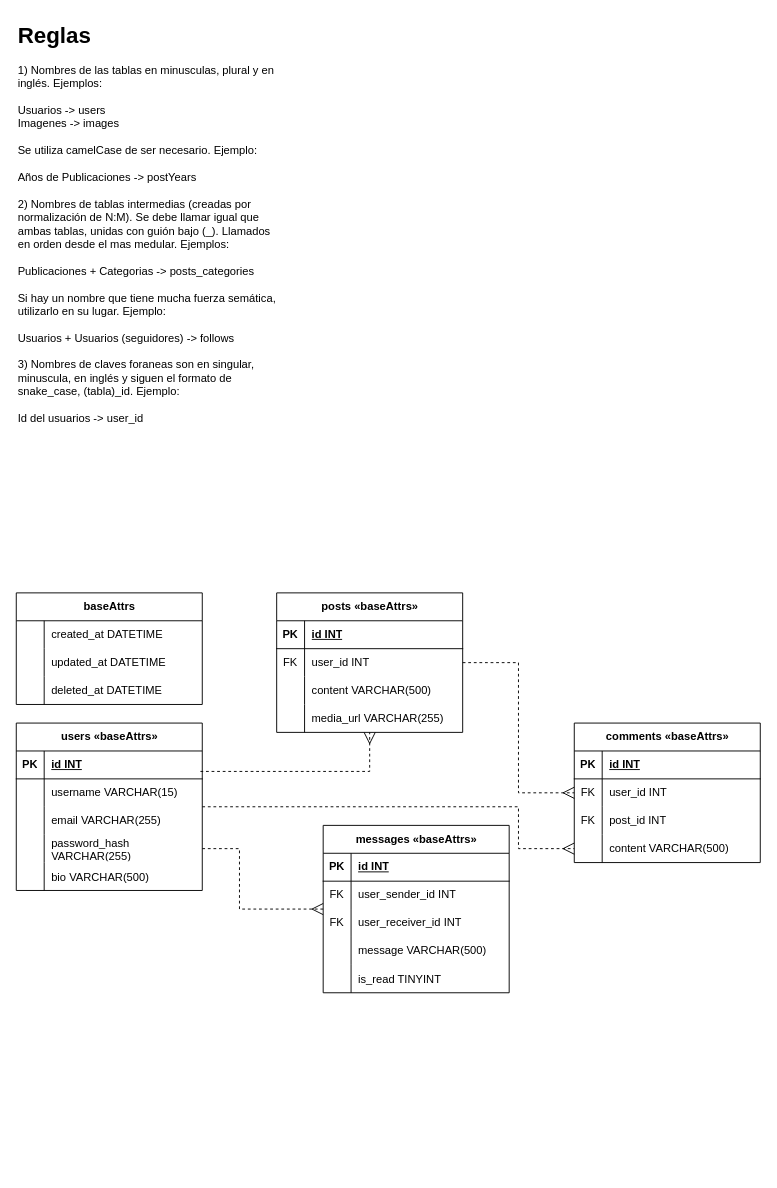
This is diagram/db_design.drawio from VictorMfr/UDO-Social-API, a draw.io file, before an edit. Source tidied: cells renumbered, new cells numbered last; positions are measured from the earlier drawing's top-left corner, leaving out a move shared by most shapes. Both pictures are drawn from the tidied source at 93%, with x=0, y=0 at pixel (16, 16).
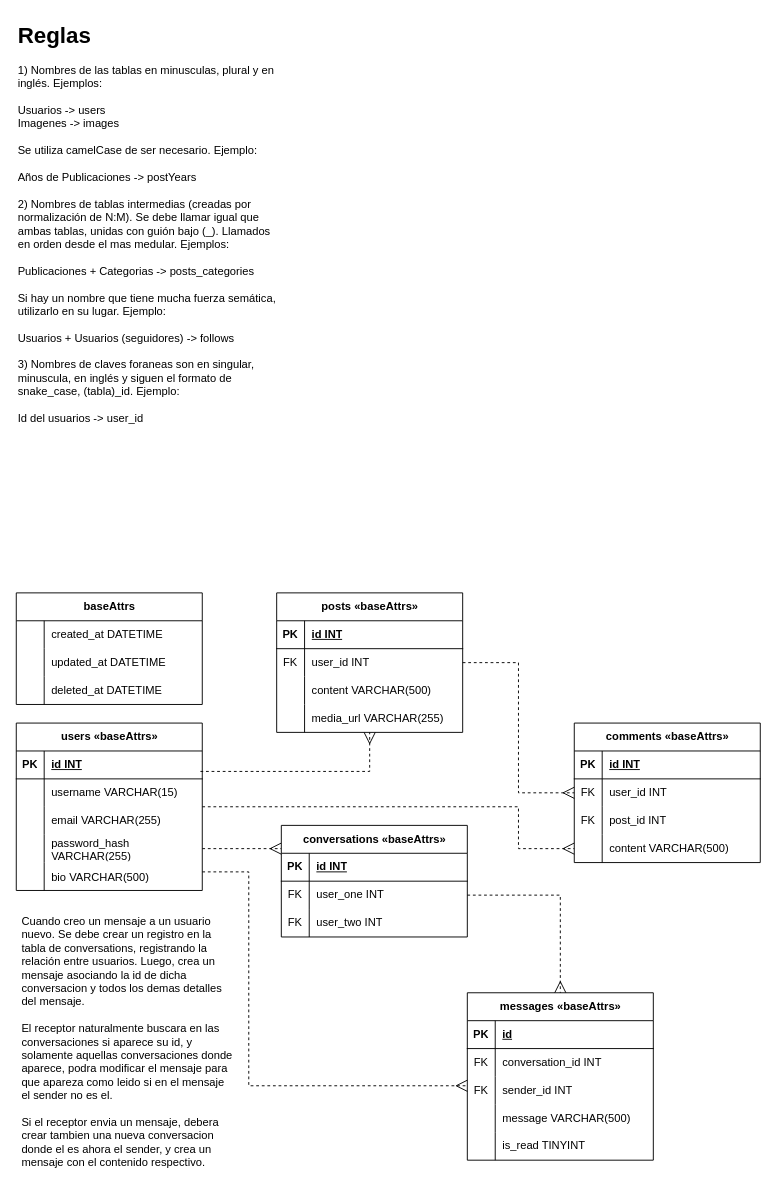
Above is the later version.

The change refers to these unchanged cells:
```xml
<mxCell id="5" value="users «baseAttrs»" style="shape=table;startSize=30;childLayout=tableLayout;rowLines=0;fontStyle=1;align=center;html=1;" parent="1" vertex="1">
  <mxGeometry y="760" width="200" height="180" as="geometry" />
</mxCell>
<mxCell id="15" style="shape=tableRow;horizontal=0;startSize=0;swimlaneHead=0;swimlaneBody=0;fillColor=none;points=[[0,0.5],[1,0.5]];portConstraint=eastwest;top=0;left=0;right=0;bottom=0;" parent="5" vertex="1">
  <mxGeometry y="120" width="200" height="30" as="geometry" />
</mxCell>
```

The edit, as a diff of the source:
```diff
@@
-    <mxCell id="3" style="edgeStyle=orthogonalEdgeStyle;rounded=0;jettySize=auto;html=1;endArrow=ERmany;endFill=0;endSize=10;dashed=1;jumpStyle=arc;exitX=1;exitY=0.5;exitDx=0;exitDy=0;" parent="1" edge="1" source="15" target="46">
+    <mxCell id="3" style="edgeStyle=orthogonalEdgeStyle;rounded=0;jettySize=auto;html=1;endArrow=ERmany;endFill=0;endSize=10;dashed=1;jumpStyle=arc;exitX=1;exitY=0.5;exitDx=0;exitDy=0;" parent="1" edge="1" source="15" target="76">
       <mxGeometry relative="1" as="geometry">
         <Array as="points">
-          <mxPoint x="240" y="895" />
-          <mxPoint x="240" y="960" />
+          <mxPoint x="350" y="895" />
         </Array>
       </mxGeometry>
     </mxCell>
@@
+    <mxCell id="75" style="edgeStyle=orthogonalEdgeStyle;rounded=0;jettySize=auto;html=1;endArrow=ERmany;endFill=0;dashed=1;strokeWidth=1;endSize=10;" parent="1" edge="1" source="5" target="46">
+      <mxGeometry relative="1" as="geometry">
+        <Array as="points">
+          <mxPoint x="250" y="920" />
+          <mxPoint x="250" y="1150" />
+        </Array>
+      </mxGeometry>
+    </mxCell>
@@
-    <mxCell id="46" value="messages «baseAttrs»" style="shape=table;startSize=30;childLayout=tableLayout;rowLines=0;fontStyle=1;align=center;html=1;" parent="1" vertex="1">
-      <mxGeometry x="330" y="870" width="200" height="180" as="geometry" />
-    </mxCell>
-    <mxCell id="47" style="shape=tableRow;horizontal=0;startSize=0;swimlaneHead=0;swimlaneBody=0;fillColor=none;top=0;left=0;right=0;bottom=1;" parent="46" vertex="1">
-      <mxGeometry y="30" width="200" height="30" as="geometry" />
-    </mxCell>
-    <mxCell id="48" value="PK" style="shape=partialRectangle;fillColor=none;top=0;left=0;bottom=0;right=0;fontStyle=1;overflow=hidden;whiteSpace=wrap;html=1;" parent="47" vertex="1">
-      <mxGeometry width="30" height="30" as="geometry" />
-    </mxCell>
-    <mxCell id="49" value="id INT" style="shape=partialRectangle;fillColor=none;top=0;left=0;bottom=0;right=0;align=left;spacingLeft=6;fontStyle=5;overflow=hidden;whiteSpace=wrap;html=1;" parent="47" vertex="1">
-      <mxGeometry x="30" width="170" height="30" as="geometry" />
-    </mxCell>
-    <mxCell id="50" style="shape=tableRow;horizontal=0;startSize=0;swimlaneHead=0;swimlaneBody=0;fillColor=none;top=0;left=0;right=0;bottom=0;" parent="46" vertex="1">
-      <mxGeometry y="60" width="200" height="30" as="geometry" />
-    </mxCell>
-    <mxCell id="51" value="FK" style="shape=partialRectangle;fillColor=none;top=0;left=0;bottom=0;right=0;fontStyle=0;overflow=hidden;whiteSpace=wrap;html=1;" parent="50" vertex="1">
-      <mxGeometry width="30" height="30" as="geometry" />
-    </mxCell>
-    <mxCell id="52" value="user_sender_id INT" style="shape=partialRectangle;fillColor=none;top=0;left=0;bottom=0;right=0;align=left;spacingLeft=6;fontStyle=0;overflow=hidden;whiteSpace=wrap;html=1;" parent="50" vertex="1">
-      <mxGeometry x="30" width="170" height="30" as="geometry" />
-    </mxCell>
-    <mxCell id="53" style="shape=tableRow;horizontal=0;startSize=0;swimlaneHead=0;swimlaneBody=0;fillColor=none;top=0;left=0;right=0;bottom=0;" parent="46" vertex="1">
-      <mxGeometry y="90" width="200" height="30" as="geometry" />
-    </mxCell>
-    <mxCell id="54" value="FK" style="shape=partialRectangle;fillColor=none;top=0;left=0;bottom=0;right=0;fontStyle=0;overflow=hidden;whiteSpace=wrap;html=1;" parent="53" vertex="1">
-      <mxGeometry width="30" height="30" as="geometry" />
-    </mxCell>
-    <mxCell id="55" value="user_receiver_id INT" style="shape=partialRectangle;fillColor=none;top=0;left=0;bottom=0;right=0;align=left;spacingLeft=6;fontStyle=0;overflow=hidden;whiteSpace=wrap;html=1;" parent="53" vertex="1">
-      <mxGeometry x="30" width="170" height="30" as="geometry" />
-    </mxCell>
-    <mxCell id="56" style="shape=tableRow;horizontal=0;startSize=0;swimlaneHead=0;swimlaneBody=0;fillColor=none;top=0;left=0;right=0;bottom=0;" parent="46" vertex="1">
-      <mxGeometry y="120" width="200" height="30" as="geometry" />
-    </mxCell>
-    <mxCell id="57" style="shape=partialRectangle;fillColor=none;top=0;left=0;bottom=0;right=0;overflow=hidden;whiteSpace=wrap;html=1;" parent="56" vertex="1">
-      <mxGeometry width="30" height="30" as="geometry" />
-    </mxCell>
-    <mxCell id="58" value="message VARCHAR(500)" style="shape=partialRectangle;fillColor=none;top=0;left=0;bottom=0;right=0;align=left;spacingLeft=6;overflow=hidden;whiteSpace=wrap;html=1;" parent="56" vertex="1">
-      <mxGeometry x="30" width="170" height="30" as="geometry" />
-    </mxCell>
-    <mxCell id="59" style="shape=tableRow;horizontal=0;startSize=0;swimlaneHead=0;swimlaneBody=0;fillColor=none;top=0;left=0;right=0;bottom=0;" parent="46" vertex="1">
-      <mxGeometry y="150" width="200" height="30" as="geometry" />
-    </mxCell>
-    <mxCell id="60" style="shape=partialRectangle;fillColor=none;top=0;left=0;bottom=0;right=0;overflow=hidden;" parent="59" vertex="1">
-      <mxGeometry width="30" height="30" as="geometry" />
-    </mxCell>
-    <mxCell id="61" value="is_read TINYINT" style="shape=partialRectangle;fillColor=none;top=0;left=0;bottom=0;right=0;align=left;spacingLeft=6;overflow=hidden;" parent="59" vertex="1">
-      <mxGeometry x="30" width="170" height="30" as="geometry" />
-    </mxCell>
@@
+    <mxCell id="76" value="conversations «baseAttrs»" style="shape=table;startSize=30;childLayout=tableLayout;rowLines=0;fontStyle=1;align=center;html=1;" parent="1" vertex="1">
+      <mxGeometry x="285" y="870" width="200" height="120" as="geometry" />
+    </mxCell>
+    <mxCell id="77" style="shape=tableRow;horizontal=0;startSize=0;swimlaneHead=0;swimlaneBody=0;fillColor=none;top=0;left=0;right=0;bottom=1;" parent="76" vertex="1">
+      <mxGeometry y="30" width="200" height="30" as="geometry" />
+    </mxCell>
+    <mxCell id="78" value="PK" style="shape=partialRectangle;fillColor=none;top=0;left=0;bottom=0;right=0;fontStyle=1;overflow=hidden;whiteSpace=wrap;html=1;" parent="77" vertex="1">
+      <mxGeometry width="30" height="30" as="geometry" />
+    </mxCell>
+    <mxCell id="49" value="id INT" style="shape=partialRectangle;fillColor=none;top=0;left=0;bottom=0;right=0;align=left;spacingLeft=6;fontStyle=5;overflow=hidden;whiteSpace=wrap;html=1;" parent="77" vertex="1">
+      <mxGeometry x="30" width="170" height="30" as="geometry" />
+    </mxCell>
+    <mxCell id="79" style="shape=tableRow;horizontal=0;startSize=0;swimlaneHead=0;swimlaneBody=0;fillColor=none;points=[[0,0.5],[1,0.5]];portConstraint=eastwest;top=0;left=0;right=0;bottom=0;" parent="76" vertex="1">
+      <mxGeometry y="60" width="200" height="30" as="geometry" />
+    </mxCell>
+    <mxCell id="80" value="FK" style="shape=partialRectangle;fillColor=none;top=0;left=0;bottom=0;right=0;fontStyle=0;overflow=hidden;whiteSpace=wrap;html=1;" parent="79" vertex="1">
+      <mxGeometry width="30" height="30" as="geometry" />
+    </mxCell>
+    <mxCell id="81" value="user_one INT" style="shape=partialRectangle;fillColor=none;top=0;left=0;bottom=0;right=0;align=left;spacingLeft=6;fontStyle=0;overflow=hidden;whiteSpace=wrap;html=1;" parent="79" vertex="1">
+      <mxGeometry x="30" width="170" height="30" as="geometry" />
+    </mxCell>
+    <mxCell id="82" style="shape=tableRow;horizontal=0;startSize=0;swimlaneHead=0;swimlaneBody=0;fillColor=none;top=0;left=0;right=0;bottom=0;" parent="76" vertex="1">
+      <mxGeometry y="90" width="200" height="30" as="geometry" />
+    </mxCell>
+    <mxCell id="83" value="FK" style="shape=partialRectangle;fillColor=none;top=0;left=0;bottom=0;right=0;fontStyle=0;overflow=hidden;whiteSpace=wrap;html=1;" parent="82" vertex="1">
+      <mxGeometry width="30" height="30" as="geometry" />
+    </mxCell>
+    <mxCell id="84" value="user_two INT" style="shape=partialRectangle;fillColor=none;top=0;left=0;bottom=0;right=0;align=left;spacingLeft=6;fontStyle=0;overflow=hidden;whiteSpace=wrap;html=1;" parent="82" vertex="1">
+      <mxGeometry x="30" width="170" height="30" as="geometry" />
+    </mxCell>
+    <mxCell id="46" value="messages «baseAttrs»" style="shape=table;startSize=30;childLayout=tableLayout;rowLines=0;fontStyle=1;align=center;html=1;" parent="1" vertex="1">
+      <mxGeometry x="485" y="1050" width="200" height="180" as="geometry" />
+    </mxCell>
+    <mxCell id="85" style="shape=tableRow;horizontal=0;startSize=0;swimlaneHead=0;swimlaneBody=0;fillColor=none;top=0;left=0;right=0;bottom=1;" parent="46" vertex="1">
+      <mxGeometry y="30" width="200" height="30" as="geometry" />
+    </mxCell>
+    <mxCell id="86" value="PK" style="shape=partialRectangle;fillColor=none;top=0;left=0;bottom=0;right=0;fontStyle=1;overflow=hidden;whiteSpace=wrap;html=1;" parent="85" vertex="1">
+      <mxGeometry width="30" height="30" as="geometry" />
+    </mxCell>
+    <mxCell id="87" value="id" style="shape=partialRectangle;fillColor=none;top=0;left=0;bottom=0;right=0;align=left;spacingLeft=6;fontStyle=5;overflow=hidden;whiteSpace=wrap;html=1;" parent="85" vertex="1">
+      <mxGeometry x="30" width="170" height="30" as="geometry" />
+    </mxCell>
+    <mxCell id="88" style="shape=tableRow;horizontal=0;startSize=0;swimlaneHead=0;swimlaneBody=0;fillColor=none;top=0;left=0;right=0;bottom=0;" parent="46" vertex="1">
+      <mxGeometry y="60" width="200" height="30" as="geometry" />
+    </mxCell>
+    <mxCell id="89" value="FK" style="shape=partialRectangle;fillColor=none;top=0;left=0;bottom=0;right=0;fontStyle=0;overflow=hidden;whiteSpace=wrap;html=1;" parent="88" vertex="1">
+      <mxGeometry width="30" height="30" as="geometry" />
+    </mxCell>
+    <mxCell id="90" value="conversation_id INT" style="shape=partialRectangle;fillColor=none;top=0;left=0;bottom=0;right=0;align=left;spacingLeft=6;fontStyle=0;overflow=hidden;whiteSpace=wrap;html=1;" parent="88" vertex="1">
+      <mxGeometry x="30" width="170" height="30" as="geometry" />
+    </mxCell>
+    <mxCell id="91" style="shape=tableRow;horizontal=0;startSize=0;swimlaneHead=0;swimlaneBody=0;fillColor=none;top=0;left=0;right=0;bottom=0;" parent="46" vertex="1">
+      <mxGeometry y="90" width="200" height="30" as="geometry" />
+    </mxCell>
+    <mxCell id="92" value="FK" style="shape=partialRectangle;fillColor=none;top=0;left=0;bottom=0;right=0;fontStyle=0;overflow=hidden;whiteSpace=wrap;html=1;" parent="91" vertex="1">
+      <mxGeometry width="30" height="30" as="geometry" />
+    </mxCell>
+    <mxCell id="93" value="sender_id INT" style="shape=partialRectangle;fillColor=none;top=0;left=0;bottom=0;right=0;align=left;spacingLeft=6;fontStyle=0;overflow=hidden;whiteSpace=wrap;html=1;" parent="91" vertex="1">
+      <mxGeometry x="30" width="170" height="30" as="geometry" />
+    </mxCell>
+    <mxCell id="56" style="shape=tableRow;horizontal=0;startSize=0;swimlaneHead=0;swimlaneBody=0;fillColor=none;top=0;left=0;right=0;bottom=0;" parent="46" vertex="1">
+      <mxGeometry y="120" width="200" height="30" as="geometry" />
+    </mxCell>
+    <mxCell id="94" style="shape=partialRectangle;fillColor=none;top=0;left=0;bottom=0;right=0;overflow=hidden;whiteSpace=wrap;html=1;" parent="56" vertex="1">
+      <mxGeometry width="30" height="30" as="geometry" />
+    </mxCell>
+    <mxCell id="58" value="message VARCHAR(500)" style="shape=partialRectangle;fillColor=none;top=0;left=0;bottom=0;right=0;align=left;spacingLeft=6;overflow=hidden;whiteSpace=wrap;html=1;" parent="56" vertex="1">
+      <mxGeometry x="30" width="170" height="30" as="geometry" />
+    </mxCell>
+    <mxCell id="59" style="shape=tableRow;horizontal=0;startSize=0;swimlaneHead=0;swimlaneBody=0;fillColor=none;top=0;left=0;right=0;bottom=0;" parent="46" vertex="1">
+      <mxGeometry y="150" width="200" height="30" as="geometry" />
+    </mxCell>
+    <mxCell id="95" style="shape=partialRectangle;fillColor=none;top=0;left=0;bottom=0;right=0;overflow=hidden;whiteSpace=wrap;html=1;" parent="59" vertex="1">
+      <mxGeometry width="30" height="30" as="geometry" />
+    </mxCell>
+    <mxCell id="61" value="is_read TINYINT" style="shape=partialRectangle;fillColor=none;top=0;left=0;bottom=0;right=0;align=left;spacingLeft=6;overflow=hidden;whiteSpace=wrap;html=1;" parent="59" vertex="1">
+      <mxGeometry x="30" width="170" height="30" as="geometry" />
+    </mxCell>
+    <mxCell id="96" style="edgeStyle=orthogonalEdgeStyle;rounded=0;jettySize=auto;html=1;endArrow=ERmany;endFill=0;dashed=1;endSize=10;" parent="1" edge="1" source="79" target="46">
+      <mxGeometry relative="1" as="geometry" />
+    </mxCell>
+    <mxCell id="97" value="Cuando creo un mensaje a un usuario nuevo. Se debe crear un registro en la tabla de conversations, registrando la relación entre usuarios. Luego, crea un mensaje asociando la id de dicha conversacion y todos los demas detalles del mensaje.&lt;br&gt;&lt;br&gt;El receptor naturalmente buscara en las conversaciones si aparece su id, y solamente aquellas conversaciones donde aparece&lt;span style=&quot;background-color: transparent; color: light-dark(rgb(0, 0, 0), rgb(255, 255, 255));&quot;&gt;, podra modificar el mensaje para que apareza como leido si en el mensaje el sender no es el.&amp;nbsp;&lt;/span&gt;&lt;div&gt;&lt;div&gt;&lt;br&gt;&lt;/div&gt;&lt;div&gt;Si el receptor envia un mensaje, debera crear tambien una nueva conversacion donde el es ahora el sender, y crea un mensaje con el contenido respectivo.&lt;/div&gt;&lt;/div&gt;" style="text;strokeColor=none;fillColor=none;spacingLeft=4;spacingRight=4;overflow=hidden;fontSize=12;whiteSpace=wrap;html=1;" parent="1" vertex="1">
+      <mxGeometry y="960" width="240" height="280" as="geometry" />
+    </mxCell>
```
